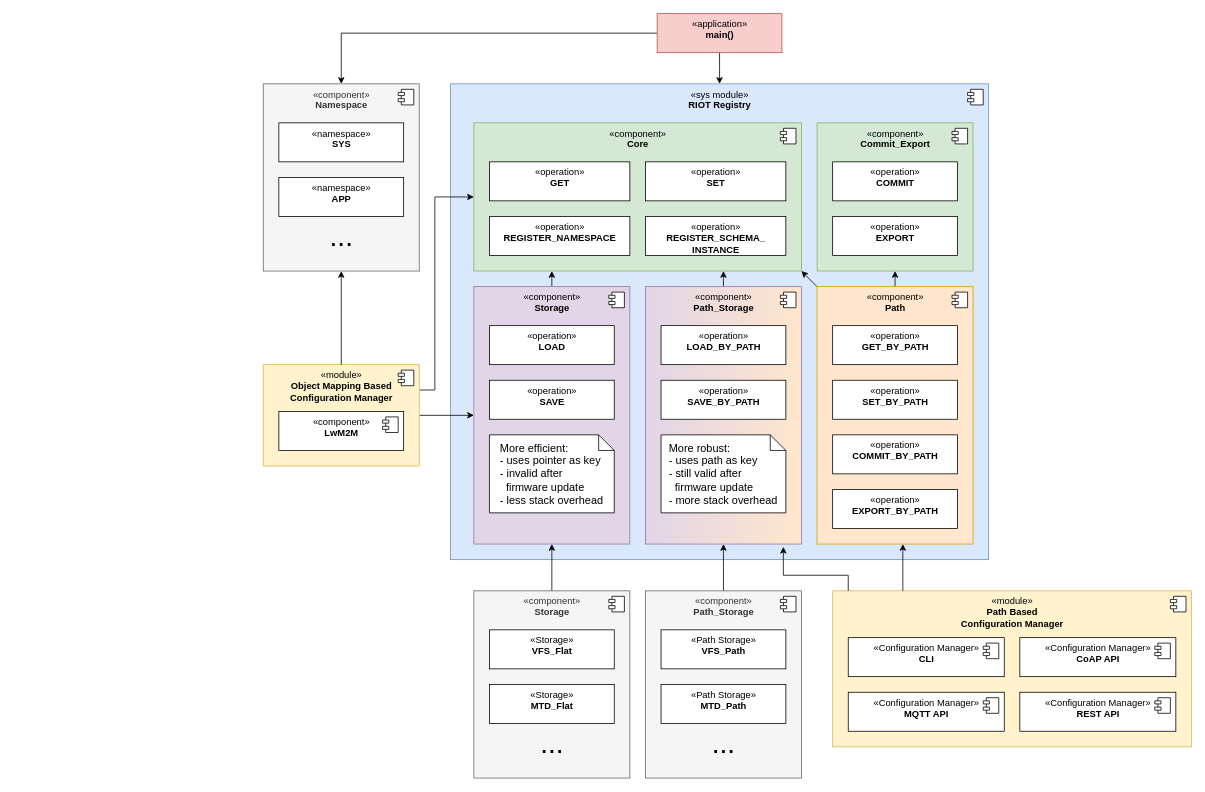
Before: docs/design/registry.drawio in LasseRosenow/RIOT, a draw.io diagram. Source tidied: cells renumbered, new cells numbered last; positions are measured from the earlier drawing's top-left corner, leaving out a move shared by most shapes. Both pictures are drawn from the tidied source at 78%, with x=0, y=0 at pixel (263, 13).
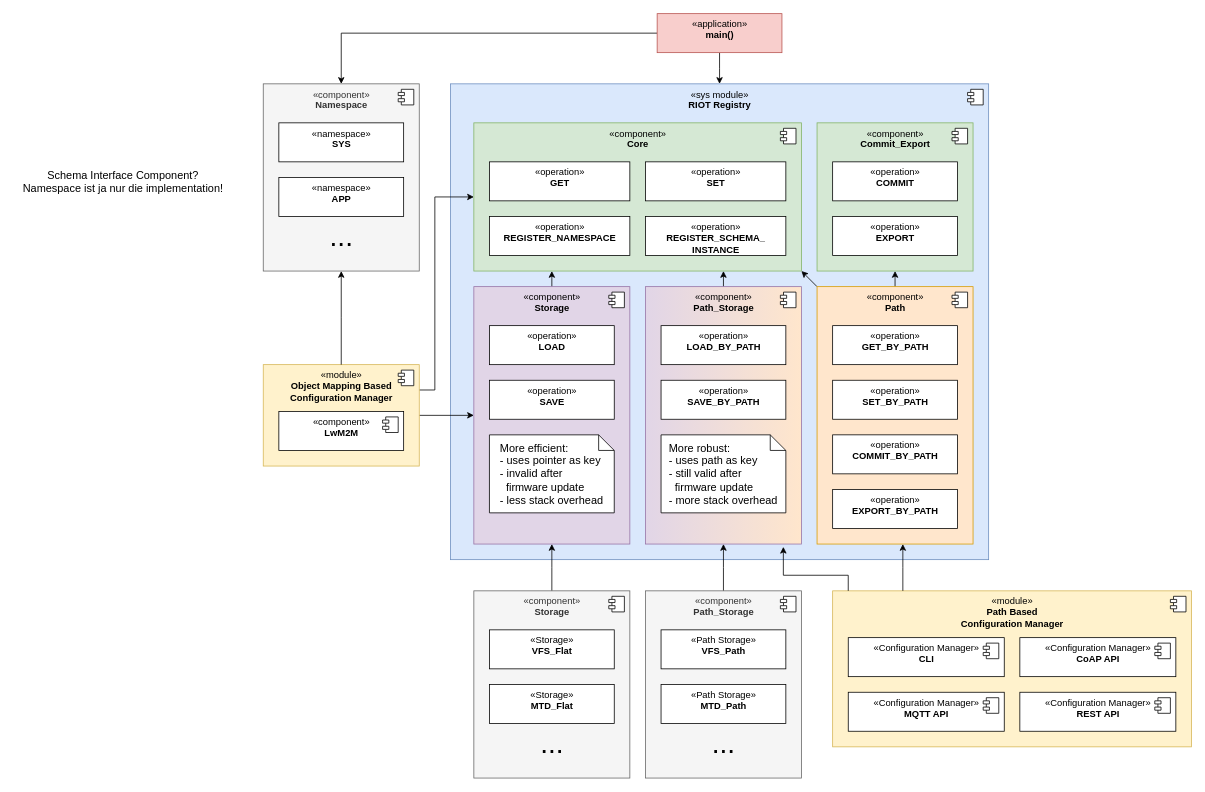
The same diagram, later.

What changed in the source:
```diff
@@
+    <mxCell id="73" value="Schema Interface Component?&lt;br&gt;Namespace ist ja nur die implementation!" style="text;html=1;align=center;verticalAlign=middle;strokeColor=none;fillColor=none;fontSize=14;" parent="1" vertex="1">
+      <mxGeometry x="-320" y="190" width="280" height="50" as="geometry" />
+    </mxCell>
```
